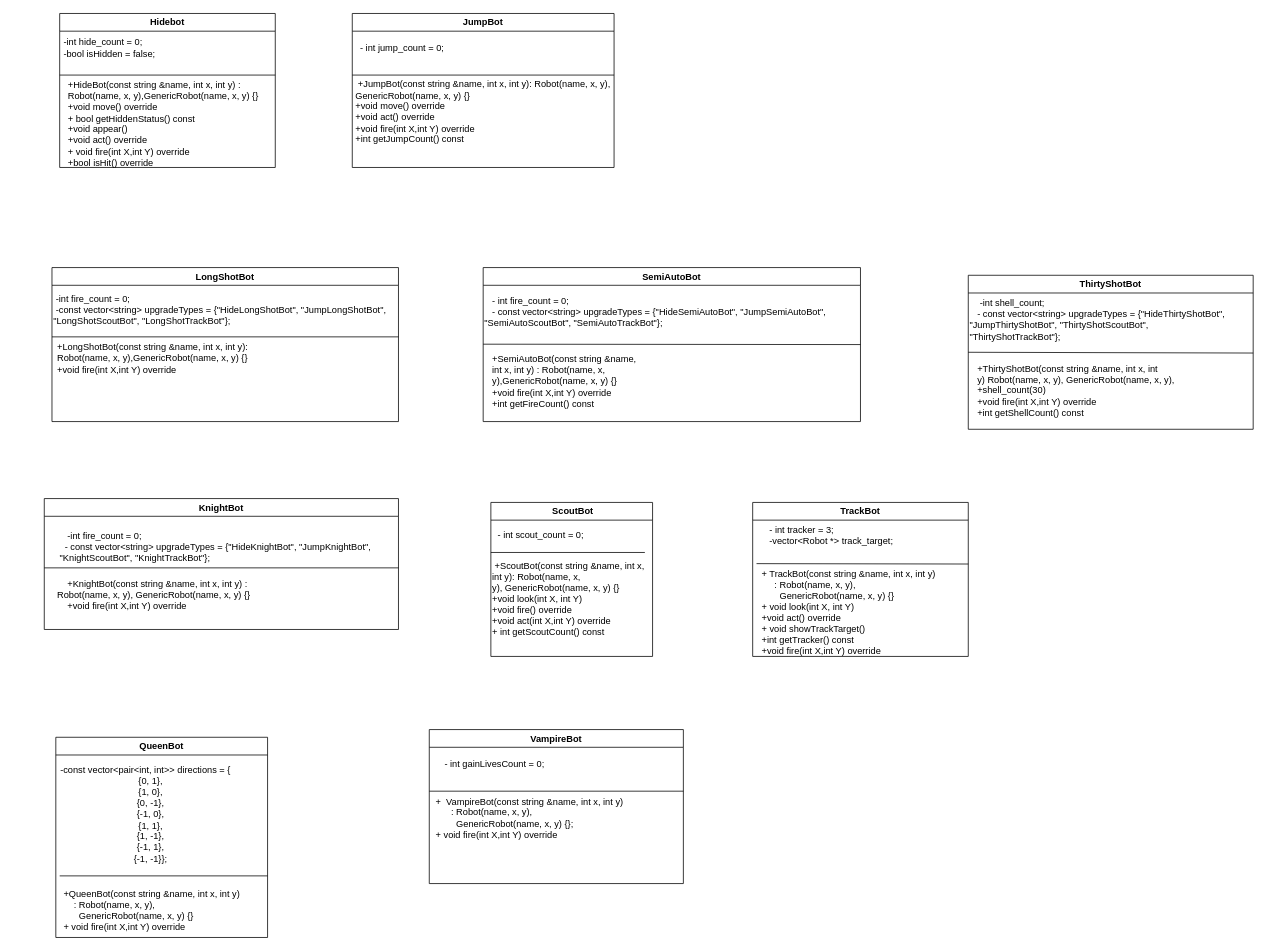
Before: Class_diagram/onfirmed/ClassDetails(Part2).drawio in LCHIN7X/RobooWaar, a draw.io diagram. Source tidied: cells renumbered, new cells numbered last; positions are measured from the earlier drawing's top-left corner, leaving out a move shared by most shapes. Both pictures are drawn from the tidied source at 77%, with x=0, y=0 at pixel (13, 13).
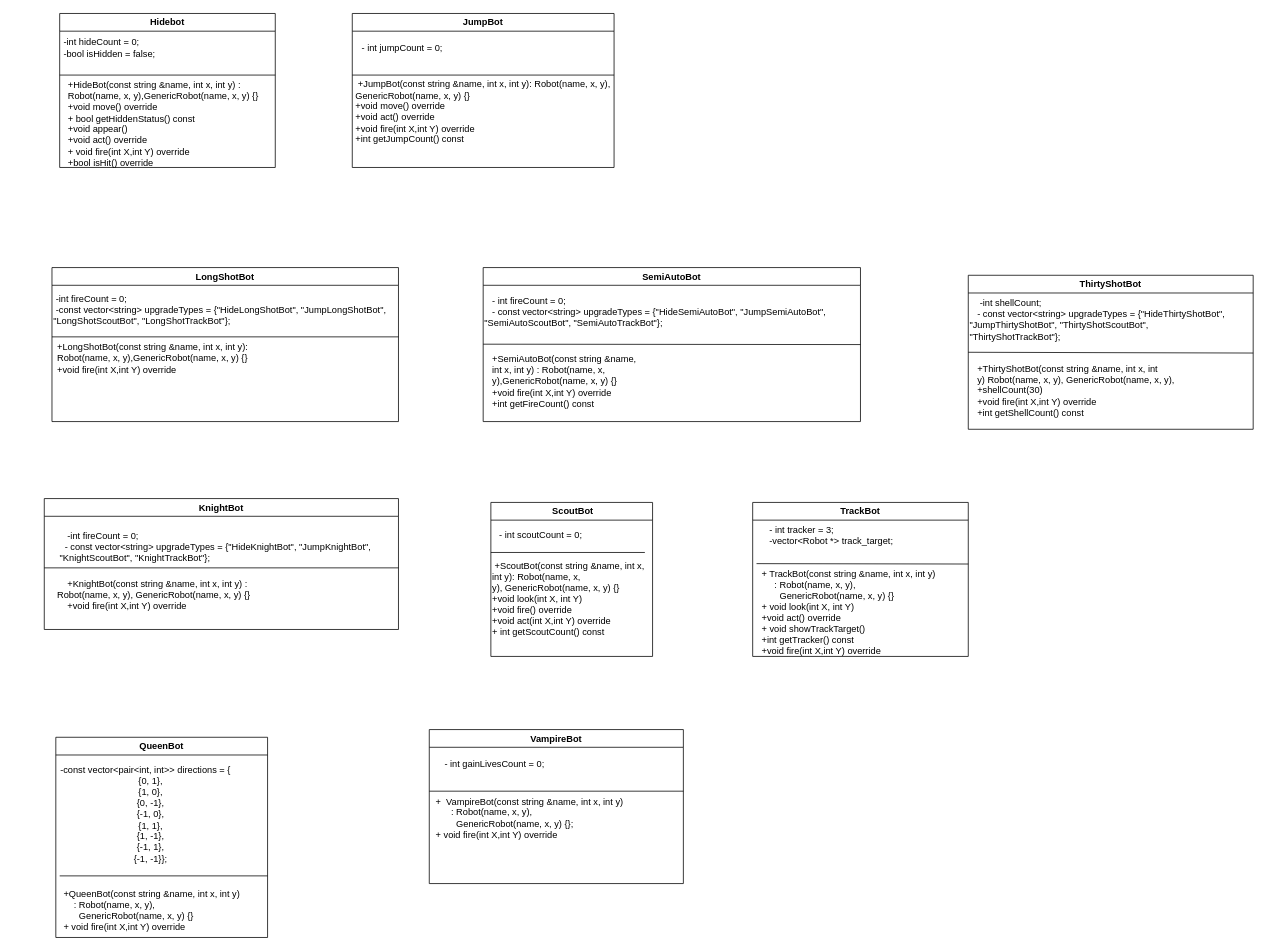
The same page after the edit.

The change refers to these unchanged cells:
```xml
<mxCell id="2" value="Hidebot" style="swimlane;whiteSpace=wrap;html=1;" parent="1" vertex="1">
  <mxGeometry x="60" width="280" height="200" as="geometry" />
</mxCell>
<mxCell id="6" value="JumpBot" style="swimlane;whiteSpace=wrap;html=1;" parent="1" vertex="1">
  <mxGeometry x="440" width="340" height="200" as="geometry" />
</mxCell>
<mxCell id="10" value="LongShotBot" style="swimlane;whiteSpace=wrap;html=1;" parent="1" vertex="1">
  <mxGeometry x="50" y="330" width="450" height="200" as="geometry" />
</mxCell>
<mxCell id="14" value="SemiAutoBot" style="swimlane;whiteSpace=wrap;html=1;" parent="1" vertex="1">
  <mxGeometry x="610" y="330" width="490" height="200" as="geometry" />
</mxCell>
<mxCell id="19" value="ThirtyShotBot" style="swimlane;whiteSpace=wrap;html=1;" parent="1" vertex="1">
  <mxGeometry x="1240" y="340" width="370" height="200" as="geometry" />
</mxCell>
<mxCell id="27" value="&amp;nbsp;ScoutBot" style="swimlane;whiteSpace=wrap;html=1;" parent="1" vertex="1">
  <mxGeometry x="620" y="635" width="210" height="200" as="geometry" />
</mxCell>
```

What changed in the source:
```diff
@@
-    <mxCell id="3" value="&lt;div&gt;&amp;nbsp; &amp;nbsp; -int hide_count = 0;&lt;/div&gt;&lt;div&gt;&amp;nbsp; &amp;nbsp; -bool isHidden = false;&lt;/div&gt;" style="text;html=1;align=left;verticalAlign=middle;whiteSpace=wrap;rounded=0;" parent="2" vertex="1">
+    <mxCell id="3" value="&lt;div&gt;&amp;nbsp; &amp;nbsp; -int hideCount = 0;&lt;/div&gt;&lt;div&gt;&amp;nbsp; &amp;nbsp; -bool isHidden = false;&lt;/div&gt;" style="text;html=1;align=left;verticalAlign=middle;whiteSpace=wrap;rounded=0;" parent="2" vertex="1">
       <mxGeometry x="-10" y="30" width="170" height="30" as="geometry" />
     </mxCell>
@@
-    <mxCell id="7" value="-&amp;nbsp;int jump_count = 0;" style="text;html=1;align=center;verticalAlign=middle;whiteSpace=wrap;rounded=0;" parent="6" vertex="1">
+    <mxCell id="7" value="-&amp;nbsp;int jumpCount = 0;" style="text;html=1;align=center;verticalAlign=middle;whiteSpace=wrap;rounded=0;" parent="6" vertex="1">
       <mxGeometry y="30" width="130" height="30" as="geometry" />
     </mxCell>
@@
-    <mxCell id="11" value="&lt;div&gt;&amp;nbsp;-int fire_count = 0;&lt;/div&gt;&lt;div&gt;&amp;nbsp;-const vector&amp;lt;string&amp;gt; upgradeTypes = {&quot;HideLongShotBot&quot;, &quot;JumpLongShotBot&quot;, &quot;LongShotScoutBot&quot;, &quot;LongShotTrackBot&quot;};&lt;/div&gt;" style="text;html=1;align=left;verticalAlign=middle;whiteSpace=wrap;rounded=0;" parent="10" vertex="1">
+    <mxCell id="11" value="&lt;div&gt;&amp;nbsp;-int fireCount = 0;&lt;/div&gt;&lt;div&gt;&amp;nbsp;-const vector&amp;lt;string&amp;gt; upgradeTypes = {&quot;HideLongShotBot&quot;, &quot;JumpLongShotBot&quot;, &quot;LongShotScoutBot&quot;, &quot;LongShotTrackBot&quot;};&lt;/div&gt;" style="text;html=1;align=left;verticalAlign=middle;whiteSpace=wrap;rounded=0;" parent="10" vertex="1">
       <mxGeometry y="40" width="450" height="30" as="geometry" />
     </mxCell>
@@
-    <mxCell id="16" value="&lt;div&gt;&amp;nbsp; &amp;nbsp;- int fire_count = 0;&lt;/div&gt;&lt;div&gt;&amp;nbsp; &amp;nbsp;- const vector&amp;lt;string&amp;gt; upgradeTypes = {&quot;HideSemiAutoBot&quot;, &quot;JumpSemiAutoBot&quot;, &quot;SemiAutoScoutBot&quot;, &quot;SemiAutoTrackBot&quot;};&lt;/div&gt;&lt;div&gt;&lt;br&gt;&lt;/div&gt;" style="text;html=1;align=left;verticalAlign=middle;whiteSpace=wrap;rounded=0;" parent="14" vertex="1">
+    <mxCell id="16" value="&lt;div&gt;&amp;nbsp; &amp;nbsp;- int fireCount = 0;&lt;/div&gt;&lt;div&gt;&amp;nbsp; &amp;nbsp;- const vector&amp;lt;string&amp;gt; upgradeTypes = {&quot;HideSemiAutoBot&quot;, &quot;JumpSemiAutoBot&quot;, &quot;SemiAutoScoutBot&quot;, &quot;SemiAutoTrackBot&quot;};&lt;/div&gt;&lt;div&gt;&lt;br&gt;&lt;/div&gt;" style="text;html=1;align=left;verticalAlign=middle;whiteSpace=wrap;rounded=0;" parent="14" vertex="1">
       <mxGeometry y="50" width="490" height="30" as="geometry" />
     </mxCell>
@@
-    <mxCell id="20" value="&lt;div&gt;&amp;nbsp; &amp;nbsp; -int shell_count;&lt;/div&gt;&lt;div&gt;&amp;nbsp; &amp;nbsp;- const vector&amp;lt;string&amp;gt; upgradeTypes = {&quot;HideThirtyShotBot&quot;, &quot;JumpThirtyShotBot&quot;, &quot;ThirtyShotScoutBot&quot;, &quot;ThirtyShotTrackBot&quot;};&lt;/div&gt;&lt;div&gt;&lt;br&gt;&lt;/div&gt;" style="text;html=1;align=left;verticalAlign=middle;whiteSpace=wrap;rounded=0;" parent="19" vertex="1">
+    <mxCell id="20" value="&lt;div&gt;&amp;nbsp; &amp;nbsp; -int shellCount;&lt;/div&gt;&lt;div&gt;&amp;nbsp; &amp;nbsp;- const vector&amp;lt;string&amp;gt; upgradeTypes = {&quot;HideThirtyShotBot&quot;, &quot;JumpThirtyShotBot&quot;, &quot;ThirtyShotScoutBot&quot;, &quot;ThirtyShotTrackBot&quot;};&lt;/div&gt;&lt;div&gt;&lt;br&gt;&lt;/div&gt;" style="text;html=1;align=left;verticalAlign=middle;whiteSpace=wrap;rounded=0;" parent="19" vertex="1">
       <mxGeometry y="50" width="342.5" height="30" as="geometry" />
     </mxCell>
@@
-    <mxCell id="22" value="&lt;div&gt;+ThirtyShotBot(const string &amp;amp;name, int x, int y)&lt;span style=&quot;background-color: transparent; color: light-dark(rgb(0, 0, 0), rgb(255, 255, 255));&quot;&gt;&amp;nbsp;Robot(name, x, y),&lt;/span&gt;&lt;span style=&quot;background-color: transparent; color: light-dark(rgb(0, 0, 0), rgb(255, 255, 255));&quot;&gt;&amp;nbsp;GenericRobot(name, x, y),&lt;/span&gt;&lt;/div&gt;&lt;div&gt;+shell_count(30)&lt;/div&gt;&lt;div&gt;+void fire(&lt;span style=&quot;background-color: transparent; color: light-dark(rgb(0, 0, 0), rgb(255, 255, 255));&quot;&gt;int X,int Y&lt;/span&gt;&lt;span style=&quot;background-color: transparent; color: light-dark(rgb(0, 0, 0), rgb(255, 255, 255));&quot;&gt;) override&lt;/span&gt;&lt;/div&gt;&lt;div&gt;+int getShellCount() const&lt;/div&gt;" style="text;html=1;align=left;verticalAlign=middle;whiteSpace=wrap;rounded=0;" parent="19" vertex="1">
+    <mxCell id="22" value="&lt;div&gt;+ThirtyShotBot(const string &amp;amp;name, int x, int y)&lt;span style=&quot;background-color: transparent; color: light-dark(rgb(0, 0, 0), rgb(255, 255, 255));&quot;&gt;&amp;nbsp;Robot(name, x, y),&lt;/span&gt;&lt;span style=&quot;background-color: transparent; color: light-dark(rgb(0, 0, 0), rgb(255, 255, 255));&quot;&gt;&amp;nbsp;GenericRobot(name, x, y),&lt;/span&gt;&lt;/div&gt;&lt;div&gt;+shellCount(30)&lt;/div&gt;&lt;div&gt;+void fire(&lt;span style=&quot;background-color: transparent; color: light-dark(rgb(0, 0, 0), rgb(255, 255, 255));&quot;&gt;int X,int Y&lt;/span&gt;&lt;span style=&quot;background-color: transparent; color: light-dark(rgb(0, 0, 0), rgb(255, 255, 255));&quot;&gt;) override&lt;/span&gt;&lt;/div&gt;&lt;div&gt;+int getShellCount() const&lt;/div&gt;" style="text;html=1;align=left;verticalAlign=middle;whiteSpace=wrap;rounded=0;" parent="19" vertex="1">
       <mxGeometry x="10" y="130" width="260" height="40" as="geometry" />
     </mxCell>
@@
-    <mxCell id="26" value="&lt;div&gt;&amp;nbsp; &amp;nbsp; -int fire_count = 0;&lt;/div&gt;&lt;div style=&quot;&quot;&gt;&amp;nbsp; &amp;nbsp;- const vector&amp;lt;string&amp;gt; upgradeTypes = {&quot;HideKnightBot&quot;, &quot;JumpKnightBot&quot;,&lt;/div&gt;&lt;div style=&quot;&quot;&gt;&amp;nbsp;&quot;KnightScoutBot&quot;, &quot;KnightTrackBot&quot;};&lt;/div&gt;" style="text;html=1;align=left;verticalAlign=middle;strokeColor=none;fillColor=none;" parent="1" vertex="1">
+    <mxCell id="26" value="&lt;div&gt;&amp;nbsp; &amp;nbsp; -int fireCount = 0;&lt;/div&gt;&lt;div style=&quot;&quot;&gt;&amp;nbsp; &amp;nbsp;- const vector&amp;lt;string&amp;gt; upgradeTypes = {&quot;HideKnightBot&quot;, &quot;JumpKnightBot&quot;,&lt;/div&gt;&lt;div style=&quot;&quot;&gt;&amp;nbsp;&quot;KnightScoutBot&quot;, &quot;KnightTrackBot&quot;};&lt;/div&gt;" style="text;html=1;align=left;verticalAlign=middle;strokeColor=none;fillColor=none;" parent="1" vertex="1">
       <mxGeometry x="55" y="663" width="430" height="60" as="geometry" />
     </mxCell>
@@
-    <mxCell id="28" value="- int scout_count = 0;" style="text;html=1;align=center;verticalAlign=middle;whiteSpace=wrap;rounded=0;" parent="27" vertex="1">
+    <mxCell id="28" value="- int scoutCount = 0;" style="text;html=1;align=center;verticalAlign=middle;whiteSpace=wrap;rounded=0;" parent="27" vertex="1">
       <mxGeometry y="28" width="130" height="30" as="geometry" />
     </mxCell>
```
